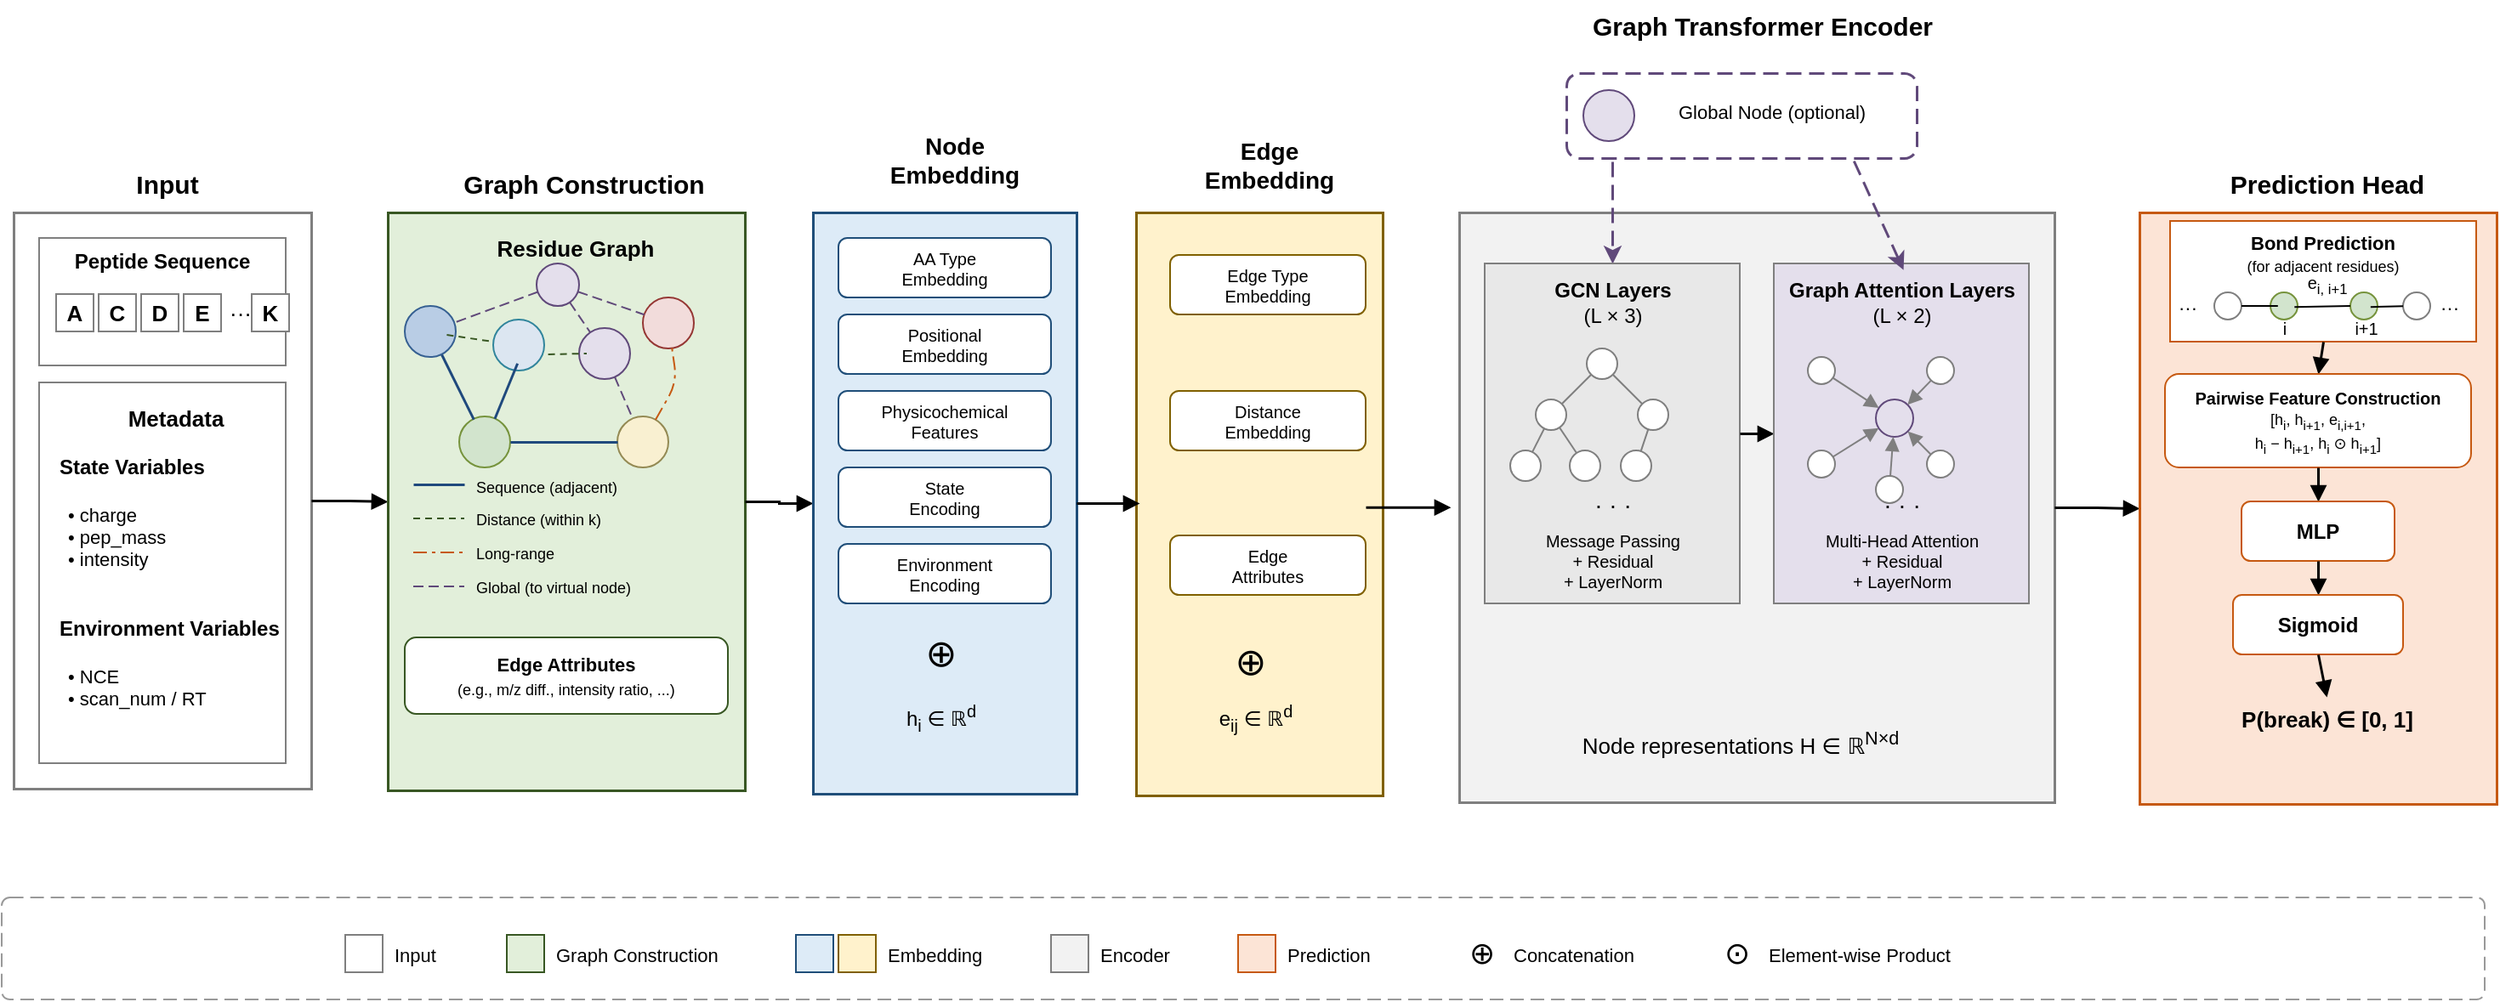
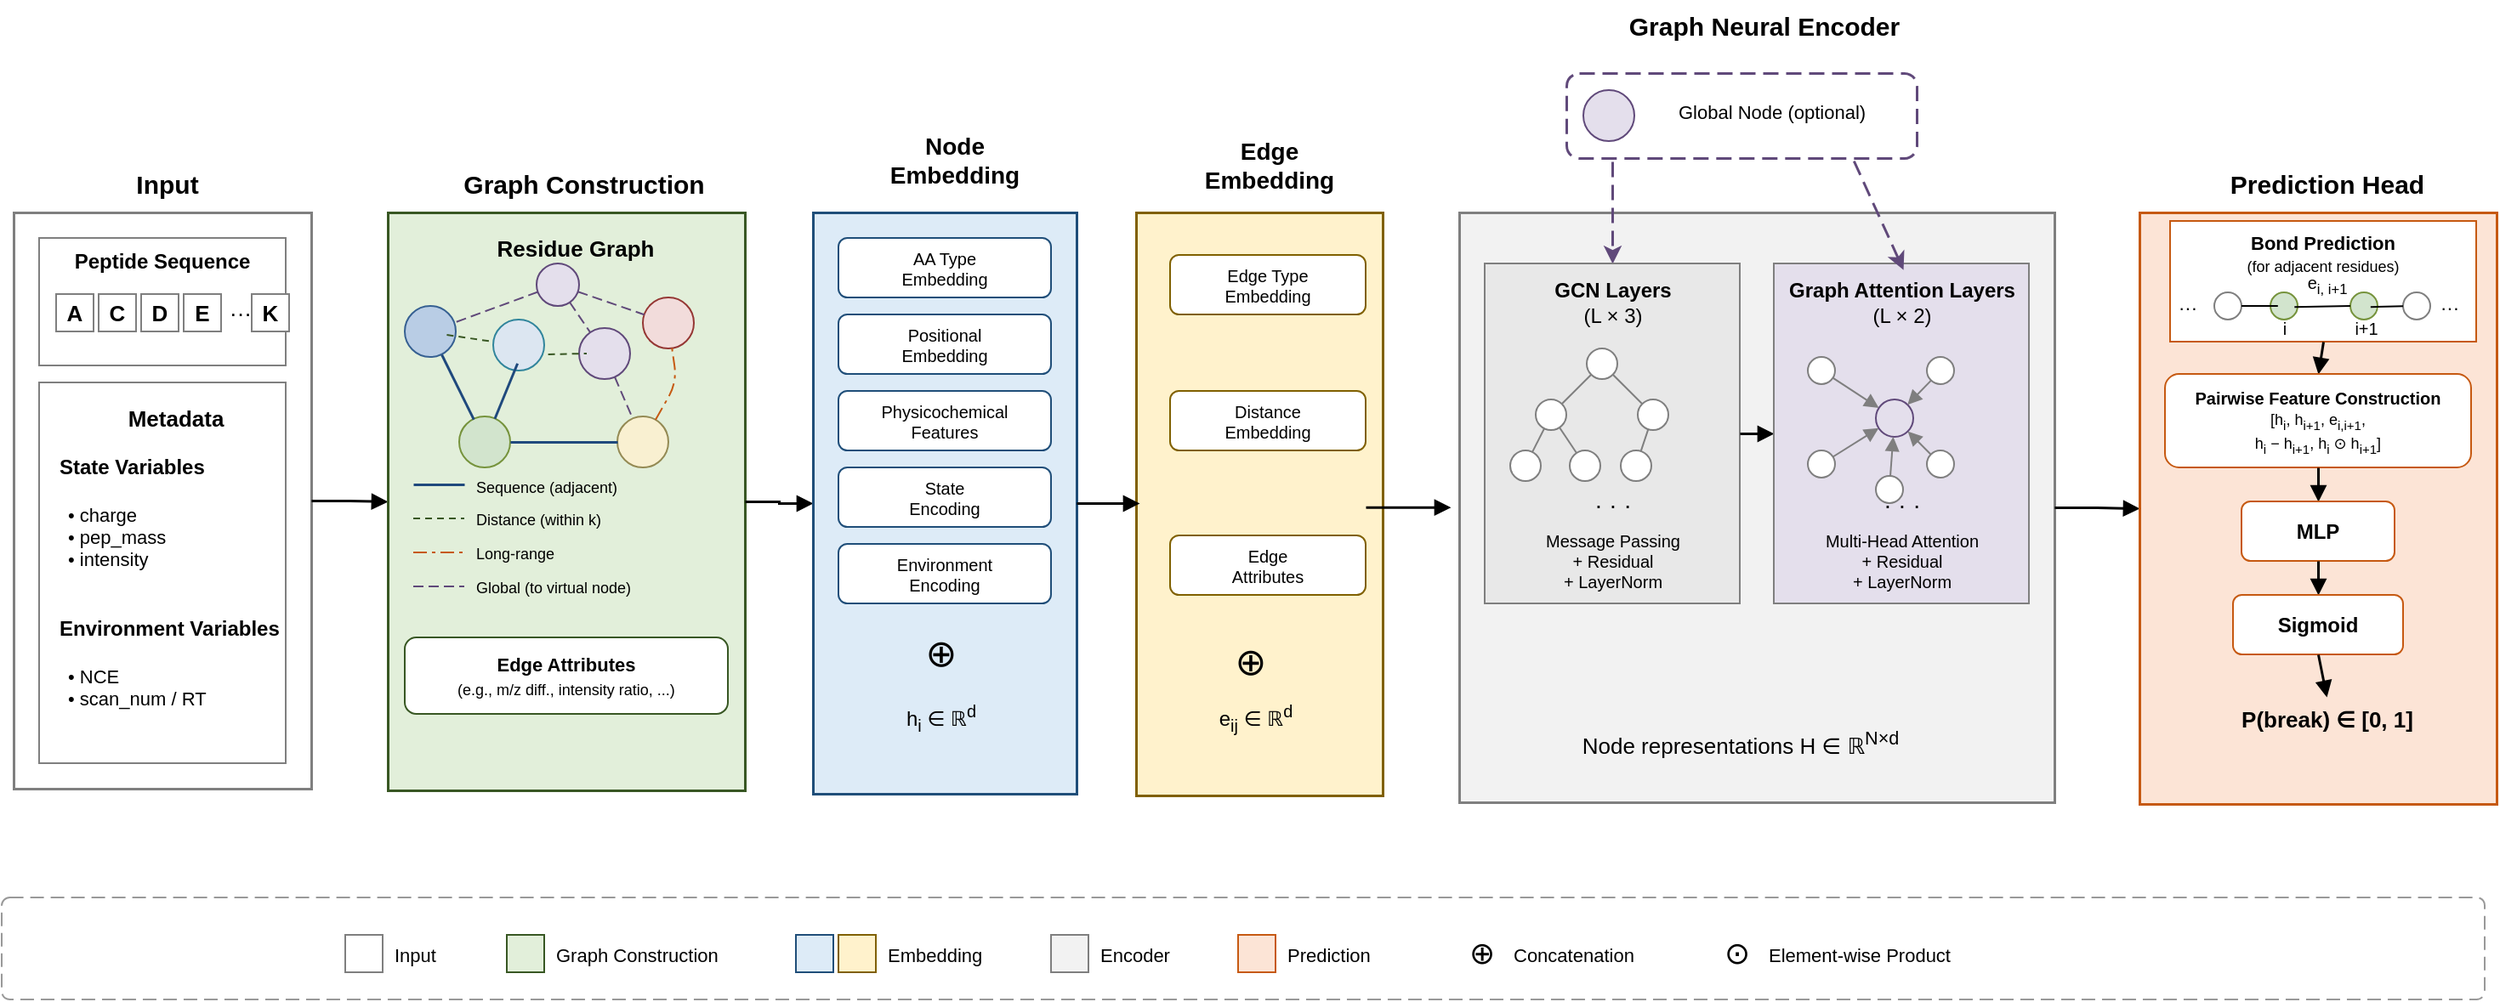
<mxfile host="app.diagrams.net" agent="Draw.io">
  <diagram id="model-arch" name="Model Architecture">
-     <mxGraphModel dx="2252" dy="1660" grid="0" gridSize="20" guides="1" tooltips="1" connect="1" arrows="1" fold="1" page="0" pageScale="1" pageWidth="1800" pageHeight="900" math="0" shadow="0">
+     <mxGraphModel dx="1501" dy="1355" grid="0" gridSize="20" guides="1" tooltips="1" connect="1" arrows="1" fold="1" page="0" pageScale="1" pageWidth="1800" pageHeight="900" math="0" shadow="0">
      <root>
        <mxCell id="0" />
        <mxCell id="1" parent="0" />
        <mxCell id="I_box" parent="1" style="rounded=0;whiteSpace=wrap;html=1;strokeColor=#7F7F7F;fillColor=none;strokeWidth=1.5;" value="" vertex="1">
          <mxGeometry height="339" width="175" x="30" y="100" as="geometry" />
        </mxCell>
        <mxCell id="I_title" parent="1" style="text;html=1;align=center;verticalAlign=middle;resizable=0;points=[];autosize=1;strokeColor=none;fillColor=none;fontSize=15;fontFamily=Helvetica;" value="&lt;b&gt;Input&lt;/b&gt;" vertex="1">
          <mxGeometry height="30" width="60" x="90" y="68" as="geometry" />
        </mxCell>
        <mxCell id="I_seq_box" parent="1" style="rounded=0;whiteSpace=wrap;html=1;strokeColor=#7F7F7F;fillColor=none;verticalAlign=top;fontSize=12;fontFamily=Helvetica;" value="&lt;b&gt;Peptide Sequence&lt;/b&gt;" vertex="1">
          <mxGeometry height="75" width="145" x="45" y="115" as="geometry" />
        </mxCell>
        <mxCell id="I_aa_a" parent="1" style="rounded=0;whiteSpace=wrap;html=1;strokeColor=#7F7F7F;fillColor=#FFFFFF;fontSize=13;fontFamily=Helvetica;fontStyle=1;" value="A" vertex="1">
          <mxGeometry height="22" width="22" x="55" y="148" as="geometry" />
        </mxCell>
        <mxCell id="I_aa_c" parent="1" style="rounded=0;whiteSpace=wrap;html=1;strokeColor=#7F7F7F;fillColor=#FFFFFF;fontSize=13;fontFamily=Helvetica;fontStyle=1;" value="C" vertex="1">
          <mxGeometry height="22" width="22" x="80" y="148" as="geometry" />
        </mxCell>
        <mxCell id="I_aa_d" parent="1" style="rounded=0;whiteSpace=wrap;html=1;strokeColor=#7F7F7F;fillColor=#FFFFFF;fontSize=13;fontFamily=Helvetica;fontStyle=1;" value="D" vertex="1">
          <mxGeometry height="22" width="22" x="105" y="148" as="geometry" />
        </mxCell>
        <mxCell id="I_aa_e" parent="1" style="rounded=0;whiteSpace=wrap;html=1;strokeColor=#7F7F7F;fillColor=#FFFFFF;fontSize=13;fontFamily=Helvetica;fontStyle=1;" value="E" vertex="1">
          <mxGeometry height="22" width="22" x="130" y="148" as="geometry" />
        </mxCell>
        <mxCell id="I_aa_dots" parent="1" style="text;html=1;align=center;verticalAlign=middle;resizable=0;points=[];autosize=1;strokeColor=none;fillColor=none;fontSize=13;fontFamily=Helvetica;" value="···" vertex="1">
          <mxGeometry height="22" width="20" x="153" y="148" as="geometry" />
        </mxCell>
        <mxCell id="I_aa_k" parent="1" style="rounded=0;whiteSpace=wrap;html=1;strokeColor=#7F7F7F;fillColor=#FFFFFF;fontSize=13;fontFamily=Helvetica;fontStyle=1;" value="K" vertex="1">
          <mxGeometry height="22" width="22" x="170" y="148" as="geometry" />
        </mxCell>
        <mxCell id="I_meta_box" parent="1" style="rounded=0;whiteSpace=wrap;html=1;strokeColor=#7F7F7F;fillColor=none;" value="" vertex="1">
          <mxGeometry height="224" width="145" x="45" y="200" as="geometry" />
        </mxCell>
        <mxCell id="I_meta_title" parent="1" style="text;html=1;align=center;verticalAlign=middle;resizable=0;points=[];autosize=1;strokeColor=none;fillColor=none;fontSize=13;fontFamily=Helvetica;" value="&lt;b&gt;Metadata&lt;/b&gt;" vertex="1">
          <mxGeometry height="25" width="80" x="85" y="208" as="geometry" />
        </mxCell>
        <mxCell id="I_state_title" parent="1" style="text;html=1;align=left;verticalAlign=middle;resizable=0;points=[];autosize=1;strokeColor=none;fillColor=none;fontSize=12;fontFamily=Helvetica;" value="&lt;b&gt;State Variables&lt;/b&gt;" vertex="1">
          <mxGeometry height="20" width="110" x="55" y="240" as="geometry" />
        </mxCell>
        <mxCell id="I_state_bullets" parent="1" style="text;html=1;align=left;verticalAlign=top;resizable=0;points=[];autosize=1;strokeColor=none;fillColor=none;fontSize=11;fontFamily=Helvetica;" value="• charge&lt;br&gt;• pep_mass&lt;br&gt;• intensity" vertex="1">
          <mxGeometry height="55" width="100" x="60" y="265" as="geometry" />
        </mxCell>
        <mxCell id="I_env_title" parent="1" style="text;html=1;align=left;verticalAlign=middle;resizable=0;points=[];autosize=1;strokeColor=none;fillColor=none;fontSize=12;fontFamily=Helvetica;" value="&lt;b&gt;Environment Variables&lt;/b&gt;" vertex="1">
          <mxGeometry height="20" width="140" x="55" y="335" as="geometry" />
        </mxCell>
        <mxCell id="I_env_bullets" parent="1" style="text;html=1;align=left;verticalAlign=top;resizable=0;points=[];autosize=1;strokeColor=none;fillColor=none;fontSize=11;fontFamily=Helvetica;" value="• NCE&lt;br&gt;• scan_num / RT" vertex="1">
          <mxGeometry height="35" width="110" x="60" y="360" as="geometry" />
        </mxCell>
        <mxCell id="arrow_I_GC" edge="1" parent="1" source="I_box" style="edgeStyle=orthogonalEdgeStyle;rounded=0;orthogonalLoop=1;jettySize=auto;exitX=1;exitY=0.5;exitDx=0;exitDy=0;entryX=0;entryY=0.5;entryDx=0;entryDy=0;strokeColor=#000000;strokeWidth=1.5;startArrow=none;endArrow=block;endFill=1;" target="GC_box">
          <mxGeometry relative="1" as="geometry" />
        </mxCell>
        <mxCell id="GC_box" parent="1" style="rounded=0;whiteSpace=wrap;html=1;strokeColor=#385723;fillColor=#E2EFDA;strokeWidth=1.5;" value="" vertex="1">
          <mxGeometry height="340" width="210" x="250" y="100" as="geometry" />
        </mxCell>
        <mxCell id="GC_title" parent="1" style="text;html=1;align=center;verticalAlign=middle;resizable=0;points=[];autosize=1;strokeColor=none;fillColor=none;fontSize=15;fontFamily=Helvetica;" value="&lt;b&gt;Graph Construction&lt;/b&gt;" vertex="1">
          <mxGeometry height="30" width="170" x="280" y="68" as="geometry" />
        </mxCell>
        <mxCell id="GC_residue_label" parent="1" style="text;html=1;align=center;verticalAlign=middle;resizable=0;points=[];autosize=1;strokeColor=none;fillColor=none;fontSize=13;fontFamily=Helvetica;" value="&lt;b&gt;Residue Graph&lt;/b&gt;" vertex="1">
          <mxGeometry height="25" width="110" x="305" y="108" as="geometry" />
        </mxCell>
        <mxCell id="GC_n1" parent="1" style="ellipse;whiteSpace=wrap;html=1;aspect=fixed;fillColor=#B9CDE5;strokeColor=#366092;" value="" vertex="1">
          <mxGeometry height="30" width="30" x="260" y="155" as="geometry" />
        </mxCell>
        <mxCell id="GC_n2" parent="1" style="ellipse;whiteSpace=wrap;html=1;aspect=fixed;fillColor=#D2E4CD;strokeColor=#76933C;" value="" vertex="1">
          <mxGeometry height="30" width="30" x="292" y="220" as="geometry" />
        </mxCell>
        <mxCell id="GC_n3" parent="1" style="ellipse;whiteSpace=wrap;html=1;aspect=fixed;fillColor=#F9F0D1;strokeColor=#948A54;" value="" vertex="1">
          <mxGeometry height="30" width="30" x="385" y="220" as="geometry" />
        </mxCell>
        <mxCell id="GC_n5" parent="1" style="ellipse;whiteSpace=wrap;html=1;aspect=fixed;fillColor=#F2DCDB;strokeColor=#953734;" value="" vertex="1">
          <mxGeometry height="30" width="30" x="400" y="150" as="geometry" />
        </mxCell>
        <mxCell id="GC_n6" parent="1" style="ellipse;whiteSpace=wrap;html=1;aspect=fixed;fillColor=#DCE6F1;strokeColor=#31859C;" value="" vertex="1">
          <mxGeometry height="30" width="30" x="312" y="163" as="geometry" />
        </mxCell>
        <mxCell id="GC_ng" parent="1" style="ellipse;whiteSpace=wrap;html=1;aspect=fixed;fillColor=#E4DFEC;strokeColor=#60497A;" value="" vertex="1">
          <mxGeometry height="25" width="25" x="337.5" y="130" as="geometry" />
        </mxCell>
        <mxCell id="GC_e12" edge="1" parent="1" source="GC_n1" style="endArrow=none;startArrow=none;strokeColor=#1F497D;strokeWidth=1.5;" target="GC_n2">
          <mxGeometry relative="1" as="geometry" />
        </mxCell>
        <mxCell id="GC_e23" edge="1" parent="1" source="GC_n2" style="endArrow=none;startArrow=none;strokeColor=#1F497D;strokeWidth=1.5;" target="GC_n3">
          <mxGeometry relative="1" as="geometry" />
        </mxCell>
        <mxCell id="GC_e_lr1" edge="1" parent="1" source="GC_n3" style="endArrow=none;startArrow=none;strokeColor=#C65911;strokeWidth=1;dashed=1;dashPattern=8 3 2 3;" target="GC_n5">
          <mxGeometry relative="1" as="geometry">
            <Array as="points">
              <mxPoint x="420" y="200" />
            </Array>
          </mxGeometry>
        </mxCell>
        <mxCell id="GC_e_g1" edge="1" parent="1" source="GC_ng" style="endArrow=none;startArrow=none;strokeColor=#60497A;strokeWidth=1;dashed=1;dashPattern=6 3;" target="GC_n1">
          <mxGeometry relative="1" as="geometry" />
        </mxCell>
        <mxCell id="GC_e_g2" edge="1" parent="1" source="EUNGge6yioRDcU_6pEi8-2" style="endArrow=none;startArrow=none;strokeColor=#60497A;strokeWidth=1;dashed=1;dashPattern=6 3;" target="GC_n3">
          <mxGeometry relative="1" as="geometry" />
        </mxCell>
        <mxCell id="GC_e_g3" edge="1" parent="1" source="GC_ng" style="endArrow=none;startArrow=none;strokeColor=#60497A;strokeWidth=1;dashed=1;dashPattern=6 3;" target="GC_n5">
          <mxGeometry relative="1" as="geometry" />
        </mxCell>
        <mxCell id="GC_leg_seq" edge="1" parent="1" style="endArrow=none;startArrow=none;strokeColor=#1F497D;strokeWidth=1.5;" value="">
          <mxGeometry relative="1" width="30" as="geometry">
            <mxPoint x="265" y="260" as="sourcePoint" />
            <mxPoint x="295" y="260" as="targetPoint" />
          </mxGeometry>
        </mxCell>
        <mxCell id="GC_leg_dist" edge="1" parent="1" style="endArrow=none;startArrow=none;strokeColor=#385723;strokeWidth=1;dashed=1;dashPattern=4 3;" value="">
          <mxGeometry relative="1" width="30" as="geometry">
            <mxPoint x="265" y="280" as="sourcePoint" />
            <mxPoint x="295" y="280" as="targetPoint" />
          </mxGeometry>
        </mxCell>
        <mxCell id="GC_leg_dist_t" parent="1" style="text;html=1;align=left;verticalAlign=middle;resizable=0;points=[];autosize=1;strokeColor=none;fillColor=none;fontSize=9;fontFamily=Helvetica;" value="Distance (within k)" vertex="1">
          <mxGeometry height="18" width="100" x="300" y="272" as="geometry" />
        </mxCell>
        <mxCell id="GC_leg_lr" edge="1" parent="1" style="endArrow=none;startArrow=none;strokeColor=#C65911;strokeWidth=1;dashed=1;dashPattern=8 3 2 3;" value="">
          <mxGeometry relative="1" width="30" as="geometry">
            <mxPoint x="265" y="300" as="sourcePoint" />
            <mxPoint x="295" y="300" as="targetPoint" />
          </mxGeometry>
        </mxCell>
        <mxCell id="GC_leg_lr_t" parent="1" style="text;html=1;align=left;verticalAlign=middle;resizable=0;points=[];autosize=1;strokeColor=none;fillColor=none;fontSize=9;fontFamily=Helvetica;" value="Long-range" vertex="1">
          <mxGeometry height="18" width="70" x="300" y="292" as="geometry" />
        </mxCell>
        <mxCell id="GC_leg_glob" edge="1" parent="1" style="endArrow=none;startArrow=none;strokeColor=#60497A;strokeWidth=1;dashed=1;dashPattern=6 3;" value="">
          <mxGeometry relative="1" width="30" as="geometry">
            <mxPoint x="265" y="320" as="sourcePoint" />
            <mxPoint x="295" y="320" as="targetPoint" />
          </mxGeometry>
        </mxCell>
        <mxCell id="GC_leg_glob_t" parent="1" style="text;html=1;align=left;verticalAlign=middle;resizable=0;points=[];autosize=1;strokeColor=none;fillColor=none;fontSize=9;fontFamily=Helvetica;" value="Global (to virtual node)" vertex="1">
          <mxGeometry height="18" width="120" x="300" y="312" as="geometry" />
        </mxCell>
        <mxCell id="GC_edge_attr_box" parent="1" style="rounded=1;whiteSpace=wrap;html=1;strokeColor=#385723;fillColor=#FFFFFF;align=center;fontSize=11;fontFamily=Helvetica;" value="&lt;b&gt;Edge Attributes&lt;/b&gt;&lt;br&gt;&lt;font style=&quot;font-size:9px&quot;&gt;(e.g., m/z diff., intensity ratio, ...)&lt;/font&gt;" vertex="1">
          <mxGeometry height="45" width="190" x="260" y="350" as="geometry" />
        </mxCell>
        <mxCell id="arrow_GC_NE" edge="1" parent="1" source="GC_box" style="edgeStyle=orthogonalEdgeStyle;rounded=0;orthogonalLoop=1;jettySize=auto;exitX=1;exitY=0.5;exitDx=0;exitDy=0;entryX=0;entryY=0.5;entryDx=0;entryDy=0;strokeColor=#000000;strokeWidth=1.5;startArrow=none;endArrow=block;endFill=1;" target="NE_box">
          <mxGeometry relative="1" as="geometry" />
        </mxCell>
        <mxCell id="NE_box" parent="1" style="rounded=0;whiteSpace=wrap;html=1;strokeColor=#1F4E79;fillColor=#DDEBF7;strokeWidth=1.5;" value="" vertex="1">
          <mxGeometry height="342" width="155" x="500" y="100" as="geometry" />
        </mxCell>
        <mxCell id="NE_title" parent="1" style="text;html=1;align=center;verticalAlign=middle;resizable=0;points=[];autosize=1;strokeColor=none;fillColor=none;fontSize=14;fontFamily=Helvetica;" value="&lt;b&gt;Node&lt;br&gt;Embedding&lt;/b&gt;" vertex="1">
          <mxGeometry height="40" width="100" x="533" y="49" as="geometry" />
        </mxCell>
        <mxCell id="NE_f1" parent="1" style="rounded=1;whiteSpace=wrap;html=1;strokeColor=#1F4E79;fillColor=#FFFFFF;fontSize=10;fontFamily=Helvetica;" value="AA Type&lt;br&gt;Embedding" vertex="1">
          <mxGeometry height="35" width="125" x="515" y="115" as="geometry" />
        </mxCell>
        <mxCell id="NE_f2" parent="1" style="rounded=1;whiteSpace=wrap;html=1;strokeColor=#1F4E79;fillColor=#FFFFFF;fontSize=10;fontFamily=Helvetica;" value="Positional&lt;br&gt;Embedding" vertex="1">
          <mxGeometry height="35" width="125" x="515" y="160" as="geometry" />
        </mxCell>
        <mxCell id="NE_f3" parent="1" style="rounded=1;whiteSpace=wrap;html=1;strokeColor=#1F4E79;fillColor=#FFFFFF;fontSize=10;fontFamily=Helvetica;" value="Physicochemical&lt;br&gt;Features" vertex="1">
          <mxGeometry height="35" width="125" x="515" y="205" as="geometry" />
        </mxCell>
        <mxCell id="NE_f4" parent="1" style="rounded=1;whiteSpace=wrap;html=1;strokeColor=#1F4E79;fillColor=#FFFFFF;fontSize=10;fontFamily=Helvetica;" value="State&lt;br&gt;Encoding" vertex="1">
          <mxGeometry height="35" width="125" x="515" y="250" as="geometry" />
        </mxCell>
        <mxCell id="NE_f5" parent="1" style="rounded=1;whiteSpace=wrap;html=1;strokeColor=#1F4E79;fillColor=#FFFFFF;fontSize=10;fontFamily=Helvetica;" value="Environment&lt;br&gt;Encoding" vertex="1">
          <mxGeometry height="35" width="125" x="515" y="295" as="geometry" />
        </mxCell>
        <mxCell id="NE_concat" parent="1" style="text;html=1;align=center;verticalAlign=middle;resizable=0;points=[];autosize=1;strokeColor=none;fillColor=none;fontSize=22;fontFamily=Helvetica;" value="⊕" vertex="1">
          <mxGeometry height="30" width="30" x="560" y="345" as="geometry" />
        </mxCell>
        <mxCell id="NE_output" parent="1" style="text;html=1;align=center;verticalAlign=middle;resizable=0;points=[];autosize=1;strokeColor=none;fillColor=none;fontSize=12;fontFamily=Helvetica;" value="h&lt;sub&gt;i&lt;/sub&gt; ∈ ℝ&lt;sup&gt;d&lt;/sup&gt;" vertex="1">
          <mxGeometry height="25" width="70" x="540" y="385" as="geometry" />
        </mxCell>
        <mxCell id="EE_box" parent="1" style="rounded=0;whiteSpace=wrap;html=1;strokeColor=#806000;fillColor=#FFF2CC;strokeWidth=1.5;" value="" vertex="1">
          <mxGeometry height="343" width="145" x="690" y="100" as="geometry" />
        </mxCell>
        <mxCell id="EE_title" parent="1" style="text;html=1;align=center;verticalAlign=middle;resizable=0;points=[];autosize=1;strokeColor=none;fillColor=none;fontSize=14;fontFamily=Helvetica;" value="&lt;b&gt;Edge&lt;br&gt;Embedding&lt;/b&gt;" vertex="1">
          <mxGeometry height="40" width="90" x="722.5" y="52" as="geometry" />
        </mxCell>
        <mxCell id="EE_f1" parent="1" style="rounded=1;whiteSpace=wrap;html=1;strokeColor=#806000;fillColor=#FFFFFF;fontSize=10;fontFamily=Helvetica;" value="Edge Type&lt;br&gt;Embedding" vertex="1">
          <mxGeometry height="35" width="115" x="710" y="125" as="geometry" />
        </mxCell>
        <mxCell id="EE_f2" parent="1" style="rounded=1;whiteSpace=wrap;html=1;strokeColor=#806000;fillColor=#FFFFFF;fontSize=10;fontFamily=Helvetica;" value="Distance&lt;br&gt;Embedding" vertex="1">
          <mxGeometry height="35" width="115" x="710" y="205" as="geometry" />
        </mxCell>
        <mxCell id="EE_f3" parent="1" style="rounded=1;whiteSpace=wrap;html=1;strokeColor=#806000;fillColor=#FFFFFF;fontSize=10;fontFamily=Helvetica;" value="Edge&lt;br&gt;Attributes" vertex="1">
          <mxGeometry height="35" width="115" x="710" y="290" as="geometry" />
        </mxCell>
        <mxCell id="EE_concat" parent="1" style="text;html=1;align=center;verticalAlign=middle;resizable=0;points=[];autosize=1;strokeColor=none;fillColor=none;fontSize=22;fontFamily=Helvetica;" value="⊕" vertex="1">
          <mxGeometry height="30" width="30" x="742" y="350" as="geometry" />
        </mxCell>
        <mxCell id="EE_output" parent="1" style="text;html=1;align=center;verticalAlign=middle;resizable=0;points=[];autosize=1;strokeColor=none;fillColor=none;fontSize=12;fontFamily=Helvetica;" value="e&lt;sub&gt;ij&lt;/sub&gt; ∈ ℝ&lt;sup&gt;d&lt;/sup&gt;" vertex="1">
          <mxGeometry height="25" width="70" x="725" y="385" as="geometry" />
        </mxCell>
        <mxCell id="arrow_NE_ENC" edge="1" parent="1" source="NE_box" style="edgeStyle=orthogonalEdgeStyle;rounded=0;orthogonalLoop=1;jettySize=auto;exitX=1;exitY=0.5;exitDx=0;exitDy=0;strokeColor=#000000;strokeWidth=1.5;startArrow=none;endArrow=block;endFill=1;">
          <mxGeometry relative="1" as="geometry">
            <mxPoint x="692" y="271" as="targetPoint" />
          </mxGeometry>
        </mxCell>
        <mxCell id="ENC_global_box" parent="1" style="rounded=1;whiteSpace=wrap;html=1;strokeColor=#60497A;fillColor=none;dashed=1;dashPattern=6 3;strokeWidth=1.5;" value="" vertex="1">
          <mxGeometry height="50" width="206" x="943" y="18" as="geometry" />
        </mxCell>
        <mxCell id="ENC_global_circle" parent="1" style="ellipse;whiteSpace=wrap;html=1;aspect=fixed;fillColor=#E4DFEC;strokeColor=#60497A;" value="" vertex="1">
          <mxGeometry height="30" width="30" x="953" y="28" as="geometry" />
        </mxCell>
        <mxCell id="ENC_global_text" parent="1" style="text;html=1;align=left;verticalAlign=middle;resizable=0;points=[];autosize=1;strokeColor=none;fillColor=none;fontSize=11;fontFamily=Helvetica;" value="Global Node (optional)" vertex="1">
          <mxGeometry height="25" width="110" x="1007" y="28" as="geometry" />
        </mxCell>
        <mxCell id="ENC_box" parent="1" style="rounded=0;whiteSpace=wrap;html=1;strokeColor=#7F7F7F;fillColor=#F2F2F2;strokeWidth=1.5;" value="" vertex="1">
          <mxGeometry height="347" width="350" x="880" y="100" as="geometry" />
        </mxCell>
-         <mxCell id="ENC_title" parent="1" style="text;html=1;align=center;verticalAlign=middle;resizable=0;points=[];autosize=1;strokeColor=none;fillColor=none;fontSize=15;fontFamily=Helvetica;" value="&lt;b&gt;Graph Transformer Encoder&lt;/b&gt;" vertex="1">
-           <mxGeometry height="30" width="230" x="943" y="-25" as="geometry" />
+         <mxCell id="ENC_title" parent="1" style="text;html=1;align=center;verticalAlign=middle;resizable=0;points=[];autosize=1;strokeColor=none;fillColor=none;fontSize=15;fontFamily=Helvetica;" value="&lt;b&gt;Graph Neural Encoder&lt;/b&gt;" vertex="1">
+           <mxGeometry height="30" width="177" x="970" y="-25" as="geometry" />
        </mxCell>
        <mxCell id="ENC_glob_line" edge="1" parent="1" style="endArrow=classic;startArrow=none;strokeColor=#60497A;strokeWidth=1.5;dashed=1;dashPattern=6 3;startFill=0;endFill=1;" target="ENC_gcn_box" value="">
          <mxGeometry relative="1" width="50" as="geometry">
            <mxPoint x="970" y="70" as="sourcePoint" />
            <mxPoint x="970" y="100" as="targetPoint" />
          </mxGeometry>
        </mxCell>
        <mxCell id="ENC_gcn_box" parent="1" style="rounded=0;whiteSpace=wrap;html=1;strokeColor=#7F7F7F;fillColor=#E8E8E8;strokeWidth=1;" value="" vertex="1">
          <mxGeometry height="200" width="150" x="895" y="130" as="geometry" />
        </mxCell>
        <mxCell id="ENC_gcn_title" parent="1" style="text;html=1;align=center;verticalAlign=middle;resizable=0;points=[];autosize=1;strokeColor=none;fillColor=none;fontSize=12;fontFamily=Helvetica;" value="&lt;b&gt;GCN Layers&lt;/b&gt;&lt;br&gt;(L × 3)" vertex="1">
          <mxGeometry height="35" width="100" x="920" y="135" as="geometry" />
        </mxCell>
        <mxCell id="ENC_gcn_n1" parent="1" style="ellipse;whiteSpace=wrap;html=1;aspect=fixed;fillColor=#FFFFFF;strokeColor=#7F7F7F;" value="" vertex="1">
          <mxGeometry height="18" width="18" x="955" y="180" as="geometry" />
        </mxCell>
        <mxCell id="ENC_gcn_n2" parent="1" style="ellipse;whiteSpace=wrap;html=1;aspect=fixed;fillColor=#FFFFFF;strokeColor=#7F7F7F;" value="" vertex="1">
          <mxGeometry height="18" width="18" x="925" y="210" as="geometry" />
        </mxCell>
        <mxCell id="ENC_gcn_n3" parent="1" style="ellipse;whiteSpace=wrap;html=1;aspect=fixed;fillColor=#FFFFFF;strokeColor=#7F7F7F;" value="" vertex="1">
          <mxGeometry height="18" width="18" x="985" y="210" as="geometry" />
        </mxCell>
        <mxCell id="ENC_gcn_n4" parent="1" style="ellipse;whiteSpace=wrap;html=1;aspect=fixed;fillColor=#FFFFFF;strokeColor=#7F7F7F;" value="" vertex="1">
          <mxGeometry height="18" width="18" x="910" y="240" as="geometry" />
        </mxCell>
        <mxCell id="ENC_gcn_n5" parent="1" style="ellipse;whiteSpace=wrap;html=1;aspect=fixed;fillColor=#FFFFFF;strokeColor=#7F7F7F;" value="" vertex="1">
          <mxGeometry height="18" width="18" x="945" y="240" as="geometry" />
        </mxCell>
        <mxCell id="ENC_gcn_n6" parent="1" style="ellipse;whiteSpace=wrap;html=1;aspect=fixed;fillColor=#FFFFFF;strokeColor=#7F7F7F;" value="" vertex="1">
          <mxGeometry height="18" width="18" x="975" y="240" as="geometry" />
        </mxCell>
        <mxCell id="ENC_gcn_e12" edge="1" parent="1" source="ENC_gcn_n1" style="endArrow=none;startArrow=none;strokeColor=#7F7F7F;strokeWidth=1;" target="ENC_gcn_n2">
          <mxGeometry relative="1" as="geometry" />
        </mxCell>
        <mxCell id="ENC_gcn_e13" edge="1" parent="1" source="ENC_gcn_n1" style="endArrow=none;startArrow=none;strokeColor=#7F7F7F;strokeWidth=1;" target="ENC_gcn_n3">
          <mxGeometry relative="1" as="geometry" />
        </mxCell>
        <mxCell id="ENC_gcn_e24" edge="1" parent="1" source="ENC_gcn_n2" style="endArrow=none;startArrow=none;strokeColor=#7F7F7F;strokeWidth=1;" target="ENC_gcn_n4">
          <mxGeometry relative="1" as="geometry" />
        </mxCell>
        <mxCell id="ENC_gcn_e25" edge="1" parent="1" source="ENC_gcn_n2" style="endArrow=none;startArrow=none;strokeColor=#7F7F7F;strokeWidth=1;" target="ENC_gcn_n5">
          <mxGeometry relative="1" as="geometry" />
        </mxCell>
        <mxCell id="ENC_gcn_e36" edge="1" parent="1" source="ENC_gcn_n3" style="endArrow=none;startArrow=none;strokeColor=#7F7F7F;strokeWidth=1;" target="ENC_gcn_n6">
          <mxGeometry relative="1" as="geometry" />
        </mxCell>
        <mxCell id="ENC_gcn_dots" parent="1" style="text;html=1;align=center;verticalAlign=middle;resizable=0;points=[];autosize=1;strokeColor=none;fillColor=none;fontSize=14;fontFamily=Helvetica;" value="· · ·" vertex="1">
          <mxGeometry height="20" width="40" x="950" y="262" as="geometry" />
        </mxCell>
        <mxCell id="ENC_gcn_desc" parent="1" style="text;html=1;align=center;verticalAlign=middle;resizable=0;points=[];autosize=1;strokeColor=none;fillColor=none;fontSize=10;fontFamily=Helvetica;" value="Message Passing&lt;br&gt;+ Residual&lt;br&gt;+ LayerNorm" vertex="1">
          <mxGeometry height="40" width="110" x="915" y="285" as="geometry" />
        </mxCell>
        <mxCell id="arrow_gcn_gat" edge="1" parent="1" source="ENC_gcn_box" style="edgeStyle=orthogonalEdgeStyle;rounded=0;orthogonalLoop=1;jettySize=auto;exitX=1;exitY=0.5;exitDx=0;exitDy=0;entryX=0;entryY=0.5;entryDx=0;entryDy=0;strokeColor=#000000;strokeWidth=1.5;startArrow=none;endArrow=block;endFill=1;" target="ENC_gat_box">
          <mxGeometry relative="1" as="geometry" />
        </mxCell>
        <mxCell id="ENC_gat_box" parent="1" style="rounded=0;whiteSpace=wrap;html=1;strokeColor=#7F7F7F;fillColor=#E4DFEC;strokeWidth=1;" value="" vertex="1">
          <mxGeometry height="200" width="150" x="1065" y="130" as="geometry" />
        </mxCell>
        <mxCell id="ENC_gat_title" parent="1" style="text;html=1;align=center;verticalAlign=middle;resizable=0;points=[];autosize=1;strokeColor=none;fillColor=none;fontSize=12;fontFamily=Helvetica;" value="&lt;b&gt;Graph Attention Layers&lt;/b&gt;&lt;br&gt;(L × 2)" vertex="1">
          <mxGeometry height="35" width="130" x="1075" y="135" as="geometry" />
        </mxCell>
        <mxCell id="ENC_gat_center" parent="1" style="ellipse;whiteSpace=wrap;html=1;aspect=fixed;fillColor=#E4DFEC;strokeColor=#60497A;" value="" vertex="1">
          <mxGeometry height="22" width="22" x="1125" y="210" as="geometry" />
        </mxCell>
        <mxCell id="ENC_gat_n1" parent="1" style="ellipse;whiteSpace=wrap;html=1;aspect=fixed;fillColor=#FFFFFF;strokeColor=#7F7F7F;" value="" vertex="1">
          <mxGeometry height="16" width="16" x="1085" y="185" as="geometry" />
        </mxCell>
        <mxCell id="ENC_gat_n2" parent="1" style="ellipse;whiteSpace=wrap;html=1;aspect=fixed;fillColor=#FFFFFF;strokeColor=#7F7F7F;" value="" vertex="1">
          <mxGeometry height="16" width="16" x="1155" y="185" as="geometry" />
        </mxCell>
        <mxCell id="ENC_gat_n3" parent="1" style="ellipse;whiteSpace=wrap;html=1;aspect=fixed;fillColor=#FFFFFF;strokeColor=#7F7F7F;" value="" vertex="1">
          <mxGeometry height="16" width="16" x="1085" y="240" as="geometry" />
        </mxCell>
        <mxCell id="ENC_gat_n4" parent="1" style="ellipse;whiteSpace=wrap;html=1;aspect=fixed;fillColor=#FFFFFF;strokeColor=#7F7F7F;" value="" vertex="1">
          <mxGeometry height="16" width="16" x="1155" y="240" as="geometry" />
        </mxCell>
        <mxCell id="ENC_gat_n5" parent="1" style="ellipse;whiteSpace=wrap;html=1;aspect=fixed;fillColor=#FFFFFF;strokeColor=#7F7F7F;" value="" vertex="1">
          <mxGeometry height="16" width="16" x="1125" y="255" as="geometry" />
        </mxCell>
        <mxCell id="ENC_gat_a1" edge="1" parent="1" source="ENC_gat_n1" style="endArrow=block;endFill=1;startArrow=none;strokeColor=#7F7F7F;strokeWidth=1;" target="ENC_gat_center">
          <mxGeometry relative="1" as="geometry" />
        </mxCell>
        <mxCell id="ENC_gat_a2" edge="1" parent="1" source="ENC_gat_n2" style="endArrow=block;endFill=1;startArrow=none;strokeColor=#7F7F7F;strokeWidth=1;" target="ENC_gat_center">
          <mxGeometry relative="1" as="geometry" />
        </mxCell>
        <mxCell id="ENC_gat_a3" edge="1" parent="1" source="ENC_gat_n3" style="endArrow=block;endFill=1;startArrow=none;strokeColor=#7F7F7F;strokeWidth=1;" target="ENC_gat_center">
          <mxGeometry relative="1" as="geometry" />
        </mxCell>
        <mxCell id="ENC_gat_a4" edge="1" parent="1" source="ENC_gat_n4" style="endArrow=block;endFill=1;startArrow=none;strokeColor=#7F7F7F;strokeWidth=1;" target="ENC_gat_center">
          <mxGeometry relative="1" as="geometry" />
        </mxCell>
        <mxCell id="ENC_gat_a5" edge="1" parent="1" source="ENC_gat_n5" style="endArrow=block;endFill=1;startArrow=none;strokeColor=#7F7F7F;strokeWidth=1;" target="ENC_gat_center">
          <mxGeometry relative="1" as="geometry" />
        </mxCell>
        <mxCell id="ENC_gat_dots" parent="1" style="text;html=1;align=center;verticalAlign=middle;resizable=0;points=[];autosize=1;strokeColor=none;fillColor=none;fontSize=14;fontFamily=Helvetica;" value="· · ·" vertex="1">
          <mxGeometry height="20" width="40" x="1120" y="262" as="geometry" />
        </mxCell>
        <mxCell id="ENC_gat_desc" parent="1" style="text;html=1;align=center;verticalAlign=middle;resizable=0;points=[];autosize=1;strokeColor=none;fillColor=none;fontSize=10;fontFamily=Helvetica;" value="Multi-Head Attention&lt;br&gt;+ Residual&lt;br&gt;+ LayerNorm" vertex="1">
          <mxGeometry height="40" width="130" x="1075" y="285" as="geometry" />
        </mxCell>
        <mxCell id="ENC_bottom_text" parent="1" style="text;html=1;align=center;verticalAlign=middle;resizable=0;points=[];autosize=1;strokeColor=none;fillColor=none;fontSize=13;fontFamily=Helvetica;" value="Node representations  H ∈ ℝ&lt;sup&gt;N×d&lt;/sup&gt;" vertex="1">
          <mxGeometry height="25" width="210" x="940" y="399" as="geometry" />
        </mxCell>
        <mxCell id="arrow_ENC_PH" edge="1" parent="1" source="ENC_box" style="edgeStyle=orthogonalEdgeStyle;rounded=0;orthogonalLoop=1;jettySize=auto;exitX=1;exitY=0.5;exitDx=0;exitDy=0;entryX=0;entryY=0.5;entryDx=0;entryDy=0;strokeColor=#000000;strokeWidth=1.5;startArrow=none;endArrow=block;endFill=1;" target="PH_box">
          <mxGeometry relative="1" as="geometry" />
        </mxCell>
        <mxCell id="PH_box" parent="1" style="rounded=0;whiteSpace=wrap;html=1;strokeColor=#C65911;fillColor=#FCE4D6;strokeWidth=1.5;" value="" vertex="1">
          <mxGeometry height="348" width="210" x="1280" y="100" as="geometry" />
        </mxCell>
        <mxCell id="PH_title" parent="1" style="text;html=1;align=center;verticalAlign=middle;resizable=0;points=[];autosize=1;strokeColor=none;fillColor=none;fontSize=15;fontFamily=Helvetica;" value="&lt;b&gt;Prediction Head&lt;/b&gt;" vertex="1">
          <mxGeometry height="30" width="140" x="1320" y="68" as="geometry" />
        </mxCell>
        <mxCell id="PH_bond_box" parent="1" style="rounded=0;whiteSpace=wrap;html=1;strokeColor=#C65911;fillColor=#FFFFFF;verticalAlign=top;fontSize=11;fontFamily=Helvetica;" value="&lt;b&gt;Bond Prediction&lt;/b&gt;&lt;br&gt;&lt;font style=&quot;font-size:9px&quot;&gt;(for adjacent residues)&lt;/font&gt;" vertex="1">
          <mxGeometry height="71" width="180" x="1298" y="105" as="geometry" />
        </mxCell>
        <mxCell id="PH_chain_dots_l" parent="1" style="text;html=1;align=center;verticalAlign=middle;resizable=0;points=[];autosize=1;strokeColor=none;fillColor=none;fontSize=11;fontFamily=Helvetica;" value="···" vertex="1">
          <mxGeometry height="15" width="20" x="1298" y="148" as="geometry" />
        </mxCell>
        <mxCell id="PH_chain_n1" parent="1" style="ellipse;whiteSpace=wrap;html=1;aspect=fixed;fillColor=#FFFFFF;strokeColor=#7F7F7F;" value="" vertex="1">
          <mxGeometry height="16" width="16" x="1324" y="147" as="geometry" />
        </mxCell>
        <mxCell id="PH_chain_n2" parent="1" style="ellipse;whiteSpace=wrap;html=1;aspect=fixed;fillColor=#D2E4CD;strokeColor=#76933C;" value="" vertex="1">
          <mxGeometry height="16" width="16" x="1357" y="147" as="geometry" />
        </mxCell>
        <mxCell id="PH_chain_n4" parent="1" style="ellipse;whiteSpace=wrap;html=1;aspect=fixed;fillColor=#D2E4CD;strokeColor=#76933C;" value="" vertex="1">
          <mxGeometry height="16" width="16" x="1404" y="147" as="geometry" />
        </mxCell>
        <mxCell id="PH_chain_n5" parent="1" style="ellipse;whiteSpace=wrap;html=1;aspect=fixed;fillColor=#FFFFFF;strokeColor=#7F7F7F;" value="" vertex="1">
          <mxGeometry height="16" width="16" x="1435" y="147" as="geometry" />
        </mxCell>
        <mxCell id="PH_chain_dots_r" parent="1" style="text;html=1;align=center;verticalAlign=middle;resizable=0;points=[];autosize=1;strokeColor=none;fillColor=none;fontSize=11;fontFamily=Helvetica;" value="···" vertex="1">
          <mxGeometry height="15" width="20" x="1452" y="148" as="geometry" />
        </mxCell>
        <mxCell id="PH_e_label" parent="1" style="text;html=1;align=center;verticalAlign=middle;resizable=0;points=[];autosize=1;strokeColor=none;fillColor=none;fontSize=10;fontFamily=Helvetica;" value="e&lt;sub&gt;i, i+1&lt;/sub&gt;" vertex="1">
          <mxGeometry height="18" width="50" x="1365" y="133" as="geometry" />
        </mxCell>
        <mxCell id="PH_i_label" parent="1" style="text;html=1;align=center;verticalAlign=middle;resizable=0;points=[];autosize=1;strokeColor=none;fillColor=none;fontSize=10;fontFamily=Helvetica;" value="i" vertex="1">
          <mxGeometry height="15" width="15" x="1357" y="160" as="geometry" />
        </mxCell>
        <mxCell id="PH_ip1_label" parent="1" style="text;html=1;align=center;verticalAlign=middle;resizable=0;points=[];autosize=1;strokeColor=none;fillColor=none;fontSize=10;fontFamily=Helvetica;" value="i+1" vertex="1">
          <mxGeometry height="15" width="25" x="1400" y="160" as="geometry" />
        </mxCell>
        <mxCell id="PH_arr1" edge="1" parent="1" source="PH_bond_box" style="endArrow=block;endFill=1;startArrow=none;strokeColor=#000000;strokeWidth=1.5;exitX=0.5;exitY=1;exitDx=0;exitDy=0;entryX=0.5;entryY=0;entryDx=0;entryDy=0;" target="PH_pair_box">
          <mxGeometry relative="1" as="geometry" />
        </mxCell>
        <mxCell id="PH_pair_box" parent="1" style="rounded=1;whiteSpace=wrap;html=1;strokeColor=#C65911;fillColor=#FFFFFF;fontSize=10;fontFamily=Helvetica;" value="&lt;b&gt;Pairwise Feature Construction&lt;/b&gt;&lt;br&gt;&lt;font style=&quot;font-size:9px&quot;&gt;[h&lt;sub&gt;i&lt;/sub&gt;, h&lt;sub&gt;i+1&lt;/sub&gt;, e&lt;sub&gt;i,i+1&lt;/sub&gt;,&lt;br&gt;h&lt;sub&gt;i&lt;/sub&gt; − h&lt;sub&gt;i+1&lt;/sub&gt;, h&lt;sub&gt;i&lt;/sub&gt; ⊙ h&lt;sub&gt;i+1&lt;/sub&gt;]&lt;/font&gt;" vertex="1">
          <mxGeometry height="55" width="180" x="1295" y="195" as="geometry" />
        </mxCell>
        <mxCell id="PH_arr2" edge="1" parent="1" source="PH_pair_box" style="endArrow=block;endFill=1;startArrow=none;strokeColor=#000000;strokeWidth=1.5;exitX=0.5;exitY=1;exitDx=0;exitDy=0;entryX=0.5;entryY=0;entryDx=0;entryDy=0;" target="PH_mlp_box">
          <mxGeometry relative="1" as="geometry" />
        </mxCell>
        <mxCell id="PH_mlp_box" parent="1" style="rounded=1;whiteSpace=wrap;html=1;strokeColor=#C65911;fillColor=#FFFFFF;fontSize=12;fontFamily=Helvetica;" value="&lt;b&gt;MLP&lt;/b&gt;" vertex="1">
          <mxGeometry height="35" width="90" x="1340" y="270" as="geometry" />
        </mxCell>
        <mxCell id="PH_arr3" edge="1" parent="1" source="PH_mlp_box" style="endArrow=block;endFill=1;startArrow=none;strokeColor=#000000;strokeWidth=1.5;exitX=0.5;exitY=1;exitDx=0;exitDy=0;entryX=0.5;entryY=0;entryDx=0;entryDy=0;" target="PH_sigmoid_box">
          <mxGeometry relative="1" as="geometry" />
        </mxCell>
        <mxCell id="PH_sigmoid_box" parent="1" style="rounded=1;whiteSpace=wrap;html=1;strokeColor=#C65911;fillColor=#FFFFFF;fontSize=12;fontFamily=Helvetica;" value="&lt;b&gt;Sigmoid&lt;/b&gt;" vertex="1">
          <mxGeometry height="35" width="100" x="1335" y="325" as="geometry" />
        </mxCell>
        <mxCell id="PH_arr4" edge="1" parent="1" source="PH_sigmoid_box" style="endArrow=block;endFill=1;startArrow=none;strokeColor=#000000;strokeWidth=1.5;exitX=0.5;exitY=1;exitDx=0;exitDy=0;entryX=0.5;entryY=0;entryDx=0;entryDy=0;" target="PH_output">
          <mxGeometry relative="1" as="geometry" />
        </mxCell>
        <mxCell id="PH_output" parent="1" style="text;html=1;align=center;verticalAlign=middle;resizable=0;points=[];autosize=1;strokeColor=none;fillColor=none;fontSize=13;fontFamily=Helvetica;fontStyle=1;" value="P(break) ∈ [0, 1]" vertex="1">
          <mxGeometry height="25" width="130" x="1325" y="385" as="geometry" />
        </mxCell>
        <mxCell id="Leg_box" parent="1" style="rounded=1;whiteSpace=wrap;html=1;dashed=1;dashPattern=8 4;strokeColor=#999999;fillColor=none;arcSize=8;" value="" vertex="1">
          <mxGeometry height="60" width="1460" x="23" y="503" as="geometry" />
        </mxCell>
        <mxCell id="Leg1_box" parent="1" style="rounded=0;whiteSpace=wrap;html=1;strokeColor=#7F7F7F;fillColor=none;" value="" vertex="1">
          <mxGeometry height="22" width="22" x="225" y="525" as="geometry" />
        </mxCell>
        <mxCell id="Leg1_text" parent="1" style="text;html=1;align=left;verticalAlign=middle;resizable=0;points=[];autosize=1;strokeColor=none;fillColor=none;fontSize=11;fontFamily=Helvetica;" value="Input" vertex="1">
          <mxGeometry height="20" width="40" x="252" y="527" as="geometry" />
        </mxCell>
        <mxCell id="Leg2_box" parent="1" style="rounded=0;whiteSpace=wrap;html=1;strokeColor=#385723;fillColor=#E2EFDA;" value="" vertex="1">
          <mxGeometry height="22" width="22" x="320" y="525" as="geometry" />
        </mxCell>
        <mxCell id="Leg2_text" parent="1" style="text;html=1;align=left;verticalAlign=middle;resizable=0;points=[];autosize=1;strokeColor=none;fillColor=none;fontSize=11;fontFamily=Helvetica;" value="Graph Construction" vertex="1">
          <mxGeometry height="20" width="115" x="347" y="527" as="geometry" />
        </mxCell>
        <mxCell id="Leg3_box1" parent="1" style="rounded=0;whiteSpace=wrap;html=1;strokeColor=#1F4E79;fillColor=#DDEBF7;" value="" vertex="1">
          <mxGeometry height="22" width="22" x="490" y="525" as="geometry" />
        </mxCell>
        <mxCell id="Leg3_box2" parent="1" style="rounded=0;whiteSpace=wrap;html=1;strokeColor=#806000;fillColor=#FFF2CC;" value="" vertex="1">
          <mxGeometry height="22" width="22" x="515" y="525" as="geometry" />
        </mxCell>
        <mxCell id="Leg3_text" parent="1" style="text;html=1;align=left;verticalAlign=middle;resizable=0;points=[];autosize=1;strokeColor=none;fillColor=none;fontSize=11;fontFamily=Helvetica;" value="Embedding" vertex="1">
          <mxGeometry height="20" width="70" x="542" y="527" as="geometry" />
        </mxCell>
        <mxCell id="Leg4_box" parent="1" style="rounded=0;whiteSpace=wrap;html=1;strokeColor=#7F7F7F;fillColor=#F2F2F2;" value="" vertex="1">
          <mxGeometry height="22" width="22" x="640" y="525" as="geometry" />
        </mxCell>
        <mxCell id="Leg4_text" parent="1" style="text;html=1;align=left;verticalAlign=middle;resizable=0;points=[];autosize=1;strokeColor=none;fillColor=none;fontSize=11;fontFamily=Helvetica;" value="Encoder" vertex="1">
          <mxGeometry height="20" width="55" x="667" y="527" as="geometry" />
        </mxCell>
        <mxCell id="Leg5_box" parent="1" style="rounded=0;whiteSpace=wrap;html=1;strokeColor=#C65911;fillColor=#FCE4D6;" value="" vertex="1">
          <mxGeometry height="22" width="22" x="750" y="525" as="geometry" />
        </mxCell>
        <mxCell id="Leg5_text" parent="1" style="text;html=1;align=left;verticalAlign=middle;resizable=0;points=[];autosize=1;strokeColor=none;fillColor=none;fontSize=11;fontFamily=Helvetica;" value="Prediction" vertex="1">
          <mxGeometry height="20" width="65" x="777" y="527" as="geometry" />
        </mxCell>
        <mxCell id="Leg6_sym" parent="1" style="text;html=1;align=center;verticalAlign=middle;resizable=0;points=[];autosize=1;strokeColor=none;fillColor=none;fontSize=18;fontFamily=Helvetica;" value="⊕" vertex="1">
          <mxGeometry height="25" width="25" x="880" y="523" as="geometry" />
        </mxCell>
        <mxCell id="Leg6_text" parent="1" style="text;html=1;align=left;verticalAlign=middle;resizable=0;points=[];autosize=1;strokeColor=none;fillColor=none;fontSize=11;fontFamily=Helvetica;" value="Concatenation" vertex="1">
          <mxGeometry height="20" width="85" x="910" y="527" as="geometry" />
        </mxCell>
        <mxCell id="Leg7_sym" parent="1" style="text;html=1;align=center;verticalAlign=middle;resizable=0;points=[];autosize=1;strokeColor=none;fillColor=none;fontSize=18;fontFamily=Helvetica;" value="⊙" vertex="1">
          <mxGeometry height="25" width="25" x="1030" y="523" as="geometry" />
        </mxCell>
        <mxCell id="Leg7_text" parent="1" style="text;html=1;align=left;verticalAlign=middle;resizable=0;points=[];autosize=1;strokeColor=none;fillColor=none;fontSize=11;fontFamily=Helvetica;" value="Element-wise Product" vertex="1">
          <mxGeometry height="20" width="120" x="1060" y="527" as="geometry" />
        </mxCell>
        <mxCell id="EUNGge6yioRDcU_6pEi8-3" edge="1" parent="1" source="GC_ng" style="endArrow=none;startArrow=none;strokeColor=#60497A;strokeWidth=1;dashed=1;dashPattern=6 3;" target="EUNGge6yioRDcU_6pEi8-2" value="">
          <mxGeometry relative="1" as="geometry">
            <mxPoint x="356" y="154" as="sourcePoint" />
            <mxPoint x="393" y="227" as="targetPoint" />
          </mxGeometry>
        </mxCell>
        <mxCell id="EUNGge6yioRDcU_6pEi8-2" parent="1" style="ellipse;whiteSpace=wrap;html=1;aspect=fixed;fillColor=#E4DFEC;strokeColor=#60497A;" value="" vertex="1">
          <mxGeometry height="30" width="30" x="362.5" y="168" as="geometry" />
        </mxCell>
        <mxCell id="GC_leg_seq_t" parent="1" style="text;html=1;align=left;verticalAlign=middle;resizable=0;points=[];autosize=1;strokeColor=none;fillColor=none;fontSize=9;fontFamily=Helvetica;" value="Sequence (adjacent)" vertex="1">
          <mxGeometry height="18" width="100" x="300" y="253" as="geometry" />
        </mxCell>
        <mxCell id="EUNGge6yioRDcU_6pEi8-5" edge="1" parent="1" source="GC_n1" style="endArrow=none;startArrow=none;strokeColor=#385723;strokeWidth=1;dashed=1;dashPattern=4 3;exitX=0.824;exitY=0.568;exitDx=0;exitDy=0;exitPerimeter=0;" target="GC_n6" value="">
          <mxGeometry relative="1" width="30" as="geometry">
            <mxPoint x="291" y="174" as="sourcePoint" />
            <mxPoint x="316" y="175" as="targetPoint" />
          </mxGeometry>
        </mxCell>
        <mxCell id="EUNGge6yioRDcU_6pEi8-6" edge="1" parent="1" source="GC_n6" style="endArrow=none;startArrow=none;strokeColor=#385723;strokeWidth=1;dashed=1;dashPattern=4 3;entryX=0.15;entryY=0.5;entryDx=0;entryDy=0;entryPerimeter=0;exitX=1.077;exitY=0.682;exitDx=0;exitDy=0;exitPerimeter=0;" target="EUNGge6yioRDcU_6pEi8-2" value="">
          <mxGeometry relative="1" width="30" as="geometry">
            <mxPoint x="332.5" y="188.76" as="sourcePoint" />
            <mxPoint x="362.5" y="188.76" as="targetPoint" />
          </mxGeometry>
        </mxCell>
        <mxCell id="EUNGge6yioRDcU_6pEi8-7" edge="1" parent="1" source="GC_n2" style="endArrow=none;startArrow=none;strokeColor=#1F497D;strokeWidth=1.5;entryX=0.469;entryY=0.854;entryDx=0;entryDy=0;entryPerimeter=0;" target="GC_n6" value="">
          <mxGeometry relative="1" width="30" as="geometry">
            <mxPoint x="318" y="201" as="sourcePoint" />
            <mxPoint x="348" y="201" as="targetPoint" />
          </mxGeometry>
        </mxCell>
        <mxCell id="EUNGge6yioRDcU_6pEi8-9" edge="1" parent="1" source="ENC_global_box" style="endArrow=classic;startArrow=none;strokeColor=#60497A;strokeWidth=1.5;dashed=1;dashPattern=6 3;startFill=0;endFill=1;entryX=0.508;entryY=-0.041;entryDx=0;entryDy=0;entryPerimeter=0;exitX=0.82;exitY=1.031;exitDx=0;exitDy=0;exitPerimeter=0;" target="ENC_gat_title" value="">
          <mxGeometry relative="1" width="50" as="geometry">
            <mxPoint x="1151" y="54" as="sourcePoint" />
            <mxPoint x="1151" y="114" as="targetPoint" />
          </mxGeometry>
        </mxCell>
        <mxCell id="EUNGge6yioRDcU_6pEi8-10" edge="1" parent="1" source="PH_chain_n2" style="endArrow=none;html=1;rounded=0;exitX=0.275;exitY=0.499;exitDx=0;exitDy=0;exitPerimeter=0;entryX=1;entryY=0.5;entryDx=0;entryDy=0;" target="PH_chain_n1" value="">
          <mxGeometry height="50" relative="1" width="50" as="geometry">
            <mxPoint x="1354" y="155" as="sourcePoint" />
            <mxPoint x="1335" y="157" as="targetPoint" />
          </mxGeometry>
        </mxCell>
        <mxCell id="EUNGge6yioRDcU_6pEi8-13" edge="1" parent="1" source="PH_chain_n4" style="endArrow=none;html=1;rounded=0;entryX=0.884;entryY=0.536;entryDx=0;entryDy=0;entryPerimeter=0;exitX=0;exitY=0.5;exitDx=0;exitDy=0;" target="PH_chain_n2" value="">
          <mxGeometry height="50" relative="1" width="50" as="geometry">
            <mxPoint x="1390" y="148" as="sourcePoint" />
            <mxPoint x="1371" y="150" as="targetPoint" />
          </mxGeometry>
        </mxCell>
        <mxCell id="EUNGge6yioRDcU_6pEi8-14" edge="1" parent="1" source="PH_chain_n5" style="endArrow=none;html=1;rounded=0;entryX=0.745;entryY=0.54;entryDx=0;entryDy=0;entryPerimeter=0;" target="PH_chain_n4" value="">
          <mxGeometry height="50" relative="1" width="50" as="geometry">
            <mxPoint x="1449" y="149" as="sourcePoint" />
            <mxPoint x="1430" y="151" as="targetPoint" />
          </mxGeometry>
        </mxCell>
        <mxCell id="EUNGge6yioRDcU_6pEi8-16" edge="1" parent="1" style="edgeStyle=orthogonalEdgeStyle;rounded=0;orthogonalLoop=1;jettySize=auto;exitX=1;exitY=0.5;exitDx=0;exitDy=0;entryX=0;entryY=0.5;entryDx=0;entryDy=0;strokeColor=#000000;strokeWidth=1.5;startArrow=none;endArrow=block;endFill=1;">
          <mxGeometry relative="1" as="geometry">
            <mxPoint x="825" y="273.33" as="sourcePoint" />
            <mxPoint x="875" y="273.33" as="targetPoint" />
          </mxGeometry>
        </mxCell>
      </root>
    </mxGraphModel>
  </diagram>
</mxfile>
